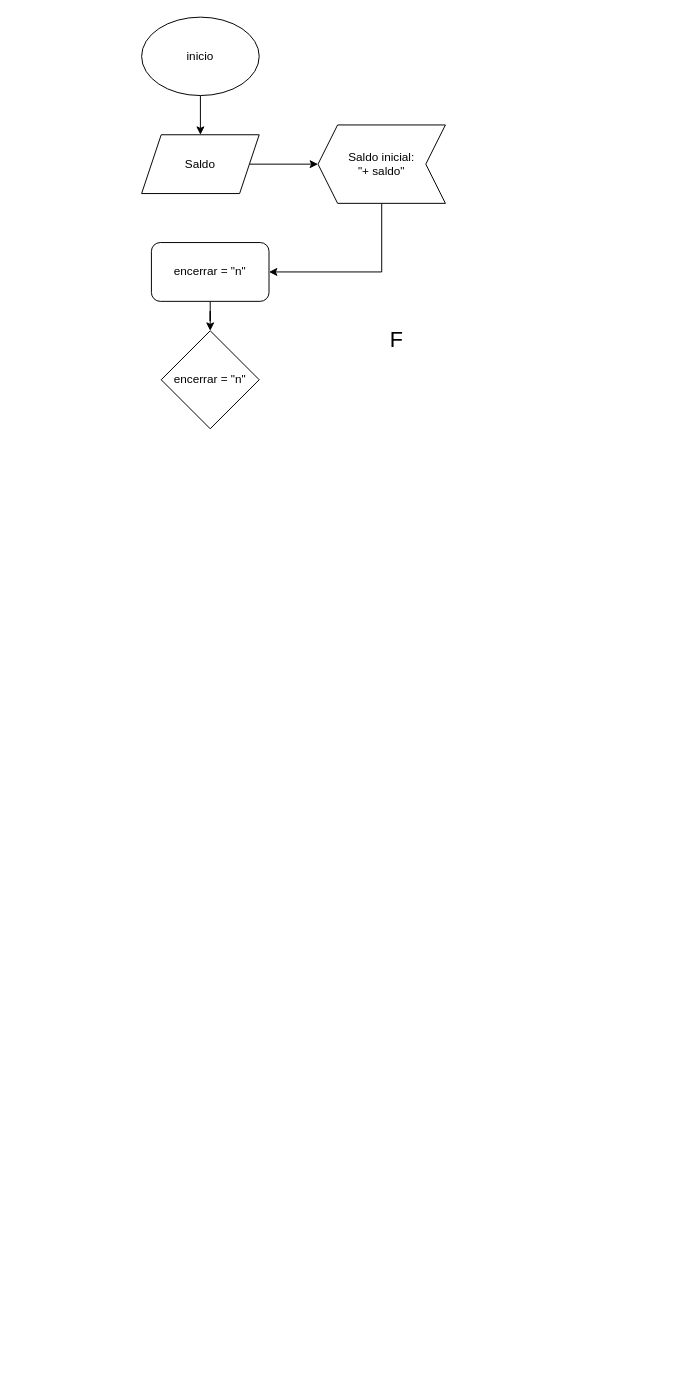
Before: Diagrama sem nome.drawio in Xandy-Mello/problema4, a draw.io diagram. Source tidied: cells renumbered, new cells numbered last; positions are measured from the earlier drawing's top-left corner, leaving out a move shared by most shapes. Both pictures are drawn from the tidied source at 98%, with x=0, y=0 at pixel (141, 17).
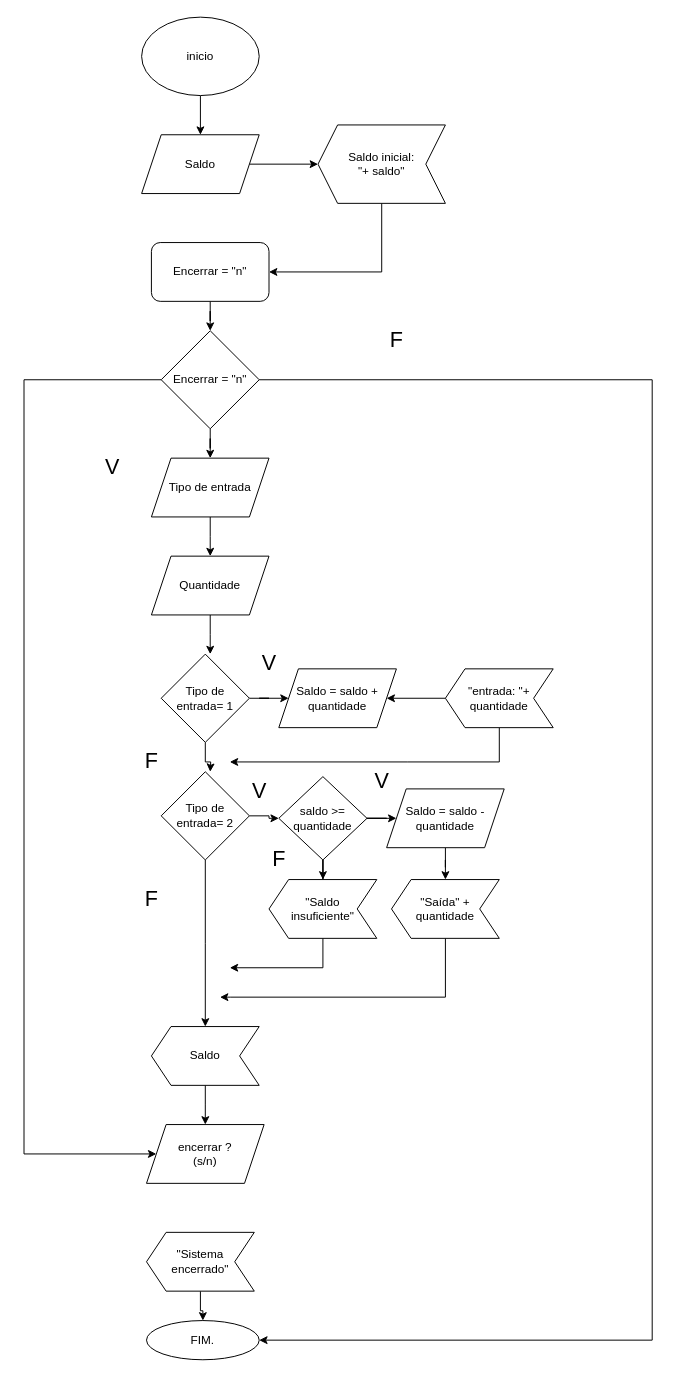
The same page after the edit.

What changed in the source:
```diff
@@
-    <mxCell id="5" value="encerrar = &quot;n&quot;" style="rounded=1;whiteSpace=wrap;html=1;" parent="1" vertex="1">
+    <mxCell id="5" value="Encerrar = &quot;n&quot;" style="rounded=1;whiteSpace=wrap;html=1;" parent="1" vertex="1">
       <mxGeometry x="10" y="230" width="120" height="60" as="geometry" />
     </mxCell>
@@
+    <mxCell id="12" style="edgeStyle=orthogonalEdgeStyle;rounded=0;jettySize=auto;html=1;entryX=0.5;entryY=0;entryDx=0;entryDy=0;" parent="1" edge="1" source="10" target="17">
+      <mxGeometry relative="1" as="geometry" />
+    </mxCell>
+    <mxCell id="13" style="edgeStyle=orthogonalEdgeStyle;rounded=0;jettySize=auto;html=1;entryX=0;entryY=0.5;entryDx=0;entryDy=0;" parent="1" edge="1" source="10" target="42">
+      <mxGeometry relative="1" as="geometry">
+        <Array as="points">
+          <mxPoint x="-120" y="370" />
+          <mxPoint x="-120" y="1160" />
+        </Array>
+      </mxGeometry>
+    </mxCell>
+    <mxCell id="14" style="edgeStyle=orthogonalEdgeStyle;rounded=0;jettySize=auto;html=1;entryX=1;entryY=0.5;entryDx=0;entryDy=0;" parent="1" edge="1" source="10" target="45">
+      <mxGeometry relative="1" as="geometry">
+        <Array as="points">
+          <mxPoint x="521" y="370" />
+          <mxPoint x="521" y="1350" />
+        </Array>
+      </mxGeometry>
+    </mxCell>
-    <mxCell id="10" value="encerrar = &quot;n&quot;" style="rhombus;whiteSpace=wrap;html=1;" parent="1" vertex="1">
+    <mxCell id="10" value="Encerrar = &quot;n&quot;" style="rhombus;whiteSpace=wrap;html=1;" parent="1" vertex="1">
       <mxGeometry x="20" y="320" width="100" height="100" as="geometry" />
     </mxCell>
@@
+    <mxCell id="15" value="&lt;font style=&quot;font-size: 22px;&quot;&gt;V&lt;/font&gt;" style="text;html=1;align=center;verticalAlign=middle;strokeColor=none;fillColor=none;" parent="1" vertex="1">
+      <mxGeometry x="-50" y="440" width="40" height="40" as="geometry" />
+    </mxCell>
+    <mxCell id="16" style="edgeStyle=orthogonalEdgeStyle;rounded=0;jettySize=auto;html=1;" parent="1" edge="1" source="17">
+      <mxGeometry relative="1" as="geometry">
+        <mxPoint x="70" y="550" as="targetPoint" />
+      </mxGeometry>
+    </mxCell>
+    <mxCell id="17" value="Tipo de entrada" style="shape=parallelogram;perimeter=parallelogramPerimeter;whiteSpace=wrap;html=1;fixedSize=1;" parent="1" vertex="1">
+      <mxGeometry x="10" y="450" width="120" height="60" as="geometry" />
+    </mxCell>
+    <mxCell id="18" style="edgeStyle=orthogonalEdgeStyle;rounded=0;jettySize=auto;html=1;" parent="1" edge="1" source="19">
+      <mxGeometry relative="1" as="geometry">
+        <mxPoint x="70" y="650" as="targetPoint" />
+      </mxGeometry>
+    </mxCell>
+    <mxCell id="19" value="Quantidade" style="shape=parallelogram;perimeter=parallelogramPerimeter;whiteSpace=wrap;html=1;fixedSize=1;" parent="1" vertex="1">
+      <mxGeometry x="10" y="550" width="120" height="60" as="geometry" />
+    </mxCell>
+    <mxCell id="20" style="edgeStyle=orthogonalEdgeStyle;rounded=0;jettySize=auto;html=1;" parent="1" edge="1" source="22">
+      <mxGeometry relative="1" as="geometry">
+        <mxPoint x="70" y="770" as="targetPoint" />
+      </mxGeometry>
+    </mxCell>
+    <mxCell id="21" style="edgeStyle=orthogonalEdgeStyle;rounded=0;jettySize=auto;html=1;" parent="1" edge="1" source="22" target="27">
+      <mxGeometry relative="1" as="geometry" />
+    </mxCell>
+    <mxCell id="22" value="Tipo de entrada= 1" style="rhombus;whiteSpace=wrap;html=1;" parent="1" vertex="1">
+      <mxGeometry x="20" y="650" width="90" height="90" as="geometry" />
+    </mxCell>
+    <mxCell id="23" value="&lt;font style=&quot;font-size: 22px;&quot;&gt;F&lt;/font&gt;" style="text;html=1;align=center;verticalAlign=middle;strokeColor=none;fillColor=none;" parent="1" vertex="1">
+      <mxGeometry x="-10" y="740" width="40" height="40" as="geometry" />
+    </mxCell>
+    <mxCell id="24" style="edgeStyle=orthogonalEdgeStyle;rounded=0;jettySize=auto;html=1;entryX=0;entryY=0.5;entryDx=0;entryDy=0;" parent="1" edge="1" source="26" target="32">
+      <mxGeometry relative="1" as="geometry" />
+    </mxCell>
+    <mxCell id="25" style="edgeStyle=orthogonalEdgeStyle;rounded=0;jettySize=auto;html=1;" parent="1" edge="1" source="26">
+      <mxGeometry relative="1" as="geometry">
+        <mxPoint x="65" y="1030" as="targetPoint" />
+      </mxGeometry>
+    </mxCell>
+    <mxCell id="26" value="Tipo de entrada= 2" style="rhombus;whiteSpace=wrap;html=1;" parent="1" vertex="1">
+      <mxGeometry x="20" y="770" width="90" height="90" as="geometry" />
+    </mxCell>
+    <mxCell id="27" value="Saldo = saldo + quantidade" style="shape=parallelogram;perimeter=parallelogramPerimeter;whiteSpace=wrap;html=1;fixedSize=1;" parent="1" vertex="1">
+      <mxGeometry x="140" y="665" width="120" height="60" as="geometry" />
+    </mxCell>
+    <mxCell id="28" style="edgeStyle=orthogonalEdgeStyle;rounded=0;jettySize=auto;html=1;entryX=1;entryY=0.5;entryDx=0;entryDy=0;" parent="1" edge="1" source="30" target="27">
+      <mxGeometry relative="1" as="geometry" />
+    </mxCell>
+    <mxCell id="29" style="edgeStyle=orthogonalEdgeStyle;rounded=0;jettySize=auto;html=1;" parent="1" edge="1" source="30">
+      <mxGeometry relative="1" as="geometry">
+        <mxPoint x="90" y="760" as="targetPoint" />
+        <Array as="points">
+          <mxPoint x="365" y="760" />
+          <mxPoint x="271" y="760" />
+        </Array>
+      </mxGeometry>
+    </mxCell>
+    <mxCell id="30" value="&quot;entrada: &quot;+ quantidade" style="shape=step;perimeter=stepPerimeter;whiteSpace=wrap;html=1;fixedSize=1;direction=west;" parent="1" vertex="1">
+      <mxGeometry x="310" y="665" width="110" height="60" as="geometry" />
+    </mxCell>
+    <mxCell id="31" style="edgeStyle=orthogonalEdgeStyle;rounded=0;jettySize=auto;html=1;" parent="1" edge="1" source="32" target="39">
+      <mxGeometry relative="1" as="geometry" />
+    </mxCell>
+    <mxCell id="32" value="saldo &amp;gt;=&lt;br&gt;quantidade" style="rhombus;whiteSpace=wrap;html=1;" parent="1" vertex="1">
+      <mxGeometry x="140" y="775" width="90" height="85" as="geometry" />
+    </mxCell>
+    <mxCell id="33" style="edgeStyle=orthogonalEdgeStyle;rounded=0;jettySize=auto;html=1;entryX=0.5;entryY=1;entryDx=0;entryDy=0;" parent="1" edge="1" source="34" target="37">
+      <mxGeometry relative="1" as="geometry" />
+    </mxCell>
+    <mxCell id="34" value="Saldo = saldo -&lt;br&gt;quantidade" style="shape=parallelogram;perimeter=parallelogramPerimeter;whiteSpace=wrap;html=1;fixedSize=1;" parent="1" vertex="1">
+      <mxGeometry x="250" y="787.5" width="120" height="60" as="geometry" />
+    </mxCell>
+    <mxCell id="35" style="edgeStyle=orthogonalEdgeStyle;rounded=0;jettySize=auto;html=1;" parent="1" edge="1" source="32" target="34">
+      <mxGeometry relative="1" as="geometry" />
+    </mxCell>
+    <mxCell id="36" style="edgeStyle=orthogonalEdgeStyle;rounded=0;jettySize=auto;html=1;" parent="1" edge="1" source="37">
+      <mxGeometry relative="1" as="geometry">
+        <mxPoint x="80" y="1000" as="targetPoint" />
+        <Array as="points">
+          <mxPoint x="310" y="1000" />
+          <mxPoint x="91" y="1000" />
+        </Array>
+      </mxGeometry>
+    </mxCell>
+    <mxCell id="37" value="&quot;Saída&quot; +&lt;br&gt;quantidade" style="shape=step;perimeter=stepPerimeter;whiteSpace=wrap;html=1;fixedSize=1;direction=west;" parent="1" vertex="1">
+      <mxGeometry x="255" y="880" width="110" height="60" as="geometry" />
+    </mxCell>
+    <mxCell id="38" style="edgeStyle=orthogonalEdgeStyle;rounded=0;jettySize=auto;html=1;" parent="1" edge="1" source="39">
+      <mxGeometry relative="1" as="geometry">
+        <mxPoint x="90" y="970" as="targetPoint" />
+        <Array as="points">
+          <mxPoint x="185" y="970" />
+          <mxPoint x="91" y="970" />
+        </Array>
+      </mxGeometry>
+    </mxCell>
+    <mxCell id="39" value="&quot;Saldo &lt;br&gt;insuficiente&quot;" style="shape=step;perimeter=stepPerimeter;whiteSpace=wrap;html=1;fixedSize=1;direction=west;" parent="1" vertex="1">
+      <mxGeometry x="130" y="880" width="110" height="60" as="geometry" />
+    </mxCell>
+    <mxCell id="40" style="edgeStyle=orthogonalEdgeStyle;rounded=0;jettySize=auto;html=1;" parent="1" edge="1" source="41">
+      <mxGeometry relative="1" as="geometry">
+        <mxPoint x="65" y="1130" as="targetPoint" />
+      </mxGeometry>
+    </mxCell>
+    <mxCell id="41" value="Saldo" style="shape=step;perimeter=stepPerimeter;whiteSpace=wrap;html=1;fixedSize=1;direction=west;" parent="1" vertex="1">
+      <mxGeometry x="10" y="1030" width="110" height="60" as="geometry" />
+    </mxCell>
+    <mxCell id="42" value="encerrar ?&lt;br&gt;(s/n)" style="shape=parallelogram;perimeter=parallelogramPerimeter;whiteSpace=wrap;html=1;fixedSize=1;" parent="1" vertex="1">
+      <mxGeometry x="5" y="1130" width="120" height="60" as="geometry" />
+    </mxCell>
+    <mxCell id="43" style="edgeStyle=orthogonalEdgeStyle;rounded=0;jettySize=auto;html=1;entryX=0.5;entryY=0;entryDx=0;entryDy=0;" parent="1" edge="1" source="44" target="45">
+      <mxGeometry relative="1" as="geometry" />
+    </mxCell>
+    <mxCell id="44" value="&quot;Sistema &lt;br&gt;encerrado&quot;" style="shape=step;perimeter=stepPerimeter;whiteSpace=wrap;html=1;fixedSize=1;direction=west;" parent="1" vertex="1">
+      <mxGeometry x="5" y="1240" width="110" height="60" as="geometry" />
+    </mxCell>
+    <mxCell id="45" value="FIM." style="ellipse;whiteSpace=wrap;html=1;" parent="1" vertex="1">
+      <mxGeometry x="5" y="1330" width="115" height="40" as="geometry" />
+    </mxCell>
+    <mxCell id="46" value="&lt;font style=&quot;font-size: 22px;&quot;&gt;F&lt;/font&gt;" style="text;html=1;align=center;verticalAlign=middle;strokeColor=none;fillColor=none;" parent="1" vertex="1">
+      <mxGeometry x="-10" y="880" width="40" height="40" as="geometry" />
+    </mxCell>
+    <mxCell id="47" value="&lt;font style=&quot;font-size: 22px;&quot;&gt;F&lt;/font&gt;" style="text;html=1;align=center;verticalAlign=middle;strokeColor=none;fillColor=none;" parent="1" vertex="1">
+      <mxGeometry x="120" y="840" width="40" height="40" as="geometry" />
+    </mxCell>
+    <mxCell id="48" value="&lt;font style=&quot;font-size: 22px;&quot;&gt;V&lt;/font&gt;" style="text;html=1;align=center;verticalAlign=middle;strokeColor=none;fillColor=none;" parent="1" vertex="1">
+      <mxGeometry x="110" y="640" width="40" height="40" as="geometry" />
+    </mxCell>
+    <mxCell id="49" value="&lt;font style=&quot;font-size: 22px;&quot;&gt;V&lt;/font&gt;" style="text;html=1;align=center;verticalAlign=middle;strokeColor=none;fillColor=none;" parent="1" vertex="1">
+      <mxGeometry x="225" y="760" width="40" height="40" as="geometry" />
+    </mxCell>
+    <mxCell id="50" value="&lt;font style=&quot;font-size: 22px;&quot;&gt;V&lt;/font&gt;" style="text;html=1;align=center;verticalAlign=middle;strokeColor=none;fillColor=none;" parent="1" vertex="1">
+      <mxGeometry x="100" y="770" width="40" height="40" as="geometry" />
+    </mxCell>
```
